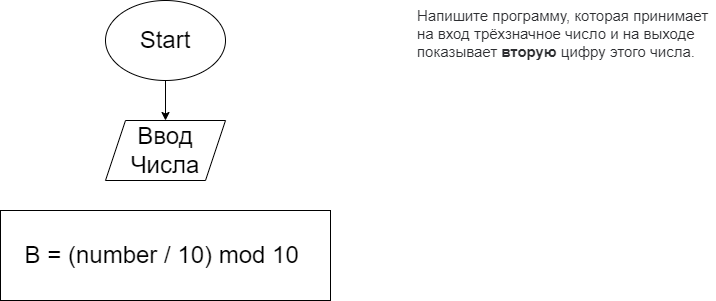
The draw.io diagram Task201/diagram.drawio.png in DmitriyMorin/HomeWork, before a commit. Source tidied: cells renumbered, new cells last; positions are measured from the earlier drawing's top-left corner, leaving out a move shared by most shapes.
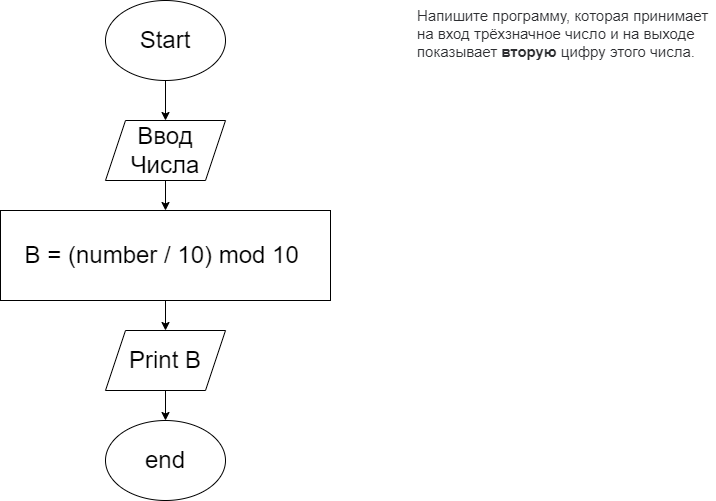
The same diagram one commit later.

Diff of the diagram source:
```diff
@@ -11,11 +11,26 @@
     <mxCell id="4" value="Start" style="ellipse;whiteSpace=wrap;html=1;fontSize=24;" parent="1" vertex="1">
       <mxGeometry x="105" width="120" height="80" as="geometry" />
     </mxCell>
+    <mxCell id="7" style="edgeStyle=none;html=1;exitX=0.5;exitY=1;exitDx=0;exitDy=0;entryX=0.5;entryY=0;entryDx=0;entryDy=0;fontSize=24;" parent="1" edge="1" source="5" target="6">
+      <mxGeometry relative="1" as="geometry" />
+    </mxCell>
     <mxCell id="5" value="Ввод Числа" style="shape=parallelogram;perimeter=parallelogramPerimeter;whiteSpace=wrap;html=1;fixedSize=1;fontSize=24;" parent="1" vertex="1">
       <mxGeometry x="105" y="120" width="120" height="60" as="geometry" />
     </mxCell>
+    <mxCell id="8" style="edgeStyle=none;html=1;exitX=0.5;exitY=1;exitDx=0;exitDy=0;entryX=0.5;entryY=0;entryDx=0;entryDy=0;fontSize=24;" parent="1" edge="1" source="6" target="10">
+      <mxGeometry relative="1" as="geometry" />
+    </mxCell>
     <mxCell id="6" value="B = (number / 10) mod 10&amp;nbsp;" style="rounded=0;whiteSpace=wrap;html=1;fontSize=24;" parent="1" vertex="1">
       <mxGeometry y="210" width="330" height="90" as="geometry" />
     </mxCell>
+    <mxCell id="9" style="edgeStyle=none;html=1;exitX=0.5;exitY=1;exitDx=0;exitDy=0;entryX=0.5;entryY=0;entryDx=0;entryDy=0;fontSize=24;" parent="1" edge="1" source="10" target="11">
+      <mxGeometry relative="1" as="geometry" />
+    </mxCell>
+    <mxCell id="10" value="Print B" style="shape=parallelogram;perimeter=parallelogramPerimeter;whiteSpace=wrap;html=1;fixedSize=1;fontSize=24;" parent="1" vertex="1">
+      <mxGeometry x="105" y="330" width="120" height="60" as="geometry" />
+    </mxCell>
+    <mxCell id="11" value="end" style="ellipse;whiteSpace=wrap;html=1;fontSize=24;" parent="1" vertex="1">
+      <mxGeometry x="105" y="420" width="120" height="80" as="geometry" />
+    </mxCell>
   </root>
 </mxGraphModel>
```
